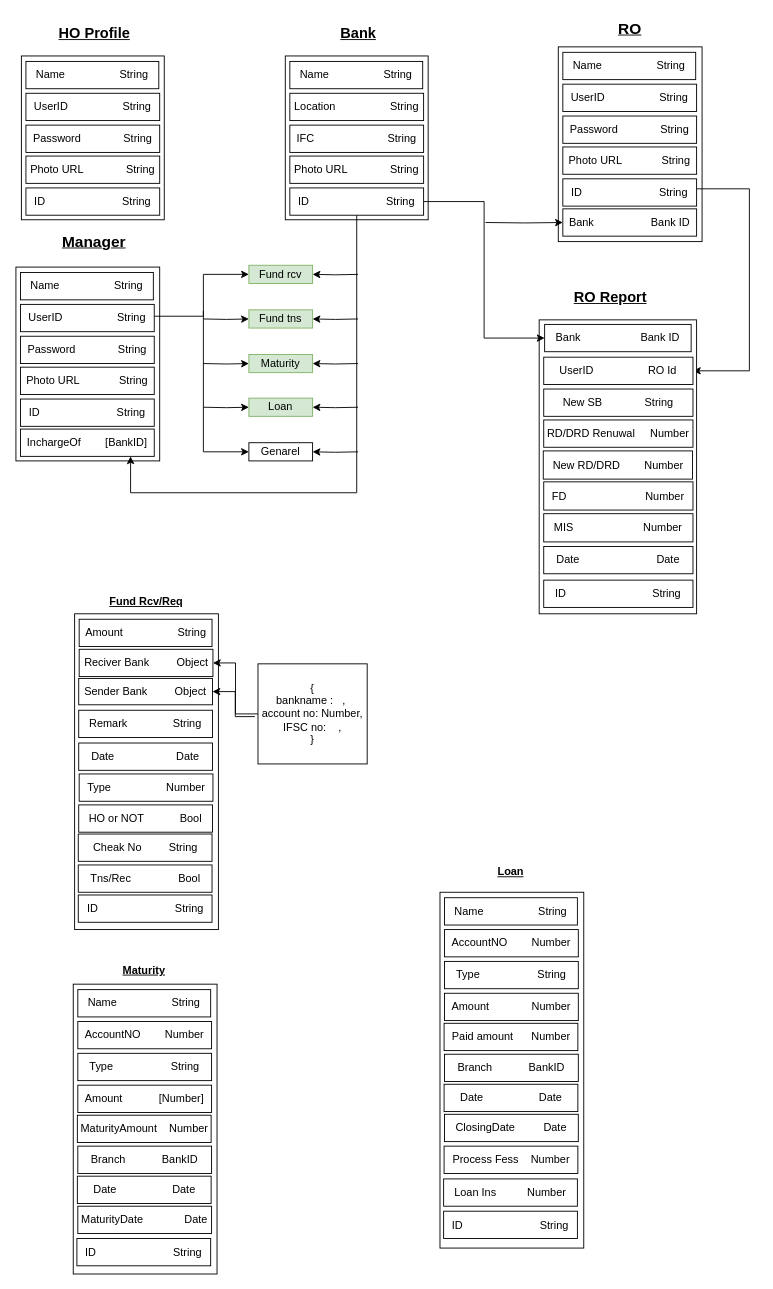
Before: Untitled Diagram.drawio in Itsbabin/Organiser, a draw.io diagram. Source tidied: cells renumbered, new cells numbered last; positions are measured from the earlier drawing's top-left corner, leaving out a move shared by most shapes. Both pictures are drawn from the tidied source at 91%, with x=0, y=0 at pixel (15, 15).
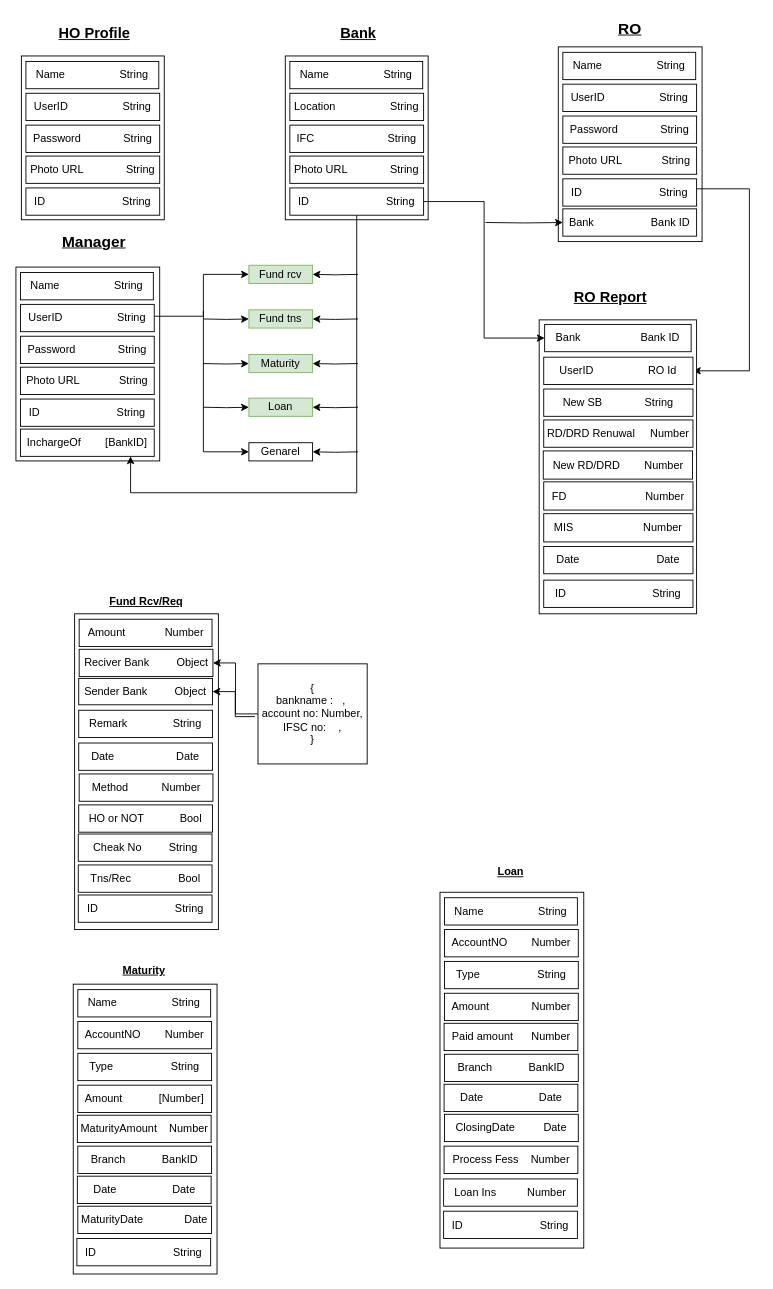
The same diagram, later.

Change to the diagram source:
```diff
@@
-    <mxCell id="63" value="Amount&amp;nbsp; &amp;nbsp; &amp;nbsp; &amp;nbsp; &amp;nbsp; &amp;nbsp; &amp;nbsp; &amp;nbsp; &amp;nbsp; String" style="rounded=0;whiteSpace=wrap;html=1;" parent="1" vertex="1">
+    <mxCell id="63" value="Amount&amp;nbsp; &amp;nbsp; &amp;nbsp; &amp;nbsp; &amp;nbsp; &amp;nbsp; &amp;nbsp;Number" style="rounded=0;whiteSpace=wrap;html=1;" parent="1" vertex="1">
       <mxGeometry x="69.5" y="663" width="146" height="30" as="geometry" />
     </mxCell>
@@
-    <mxCell id="68" value="Type&amp;nbsp; &amp;nbsp; &amp;nbsp; &lt;span style=&quot;white-space: pre;&quot;&gt;&#9;&lt;/span&gt;&amp;nbsp; &amp;nbsp; &amp;nbsp; &amp;nbsp; &amp;nbsp; Number" style="rounded=0;whiteSpace=wrap;html=1;" parent="1" vertex="1">
+    <mxCell id="68" value="Method&amp;nbsp; &amp;nbsp;&amp;nbsp; &amp;nbsp; &amp;nbsp; &amp;nbsp; Number" style="rounded=0;whiteSpace=wrap;html=1;" parent="1" vertex="1">
       <mxGeometry x="69.5" y="833" width="147" height="30" as="geometry" />
     </mxCell>
```
